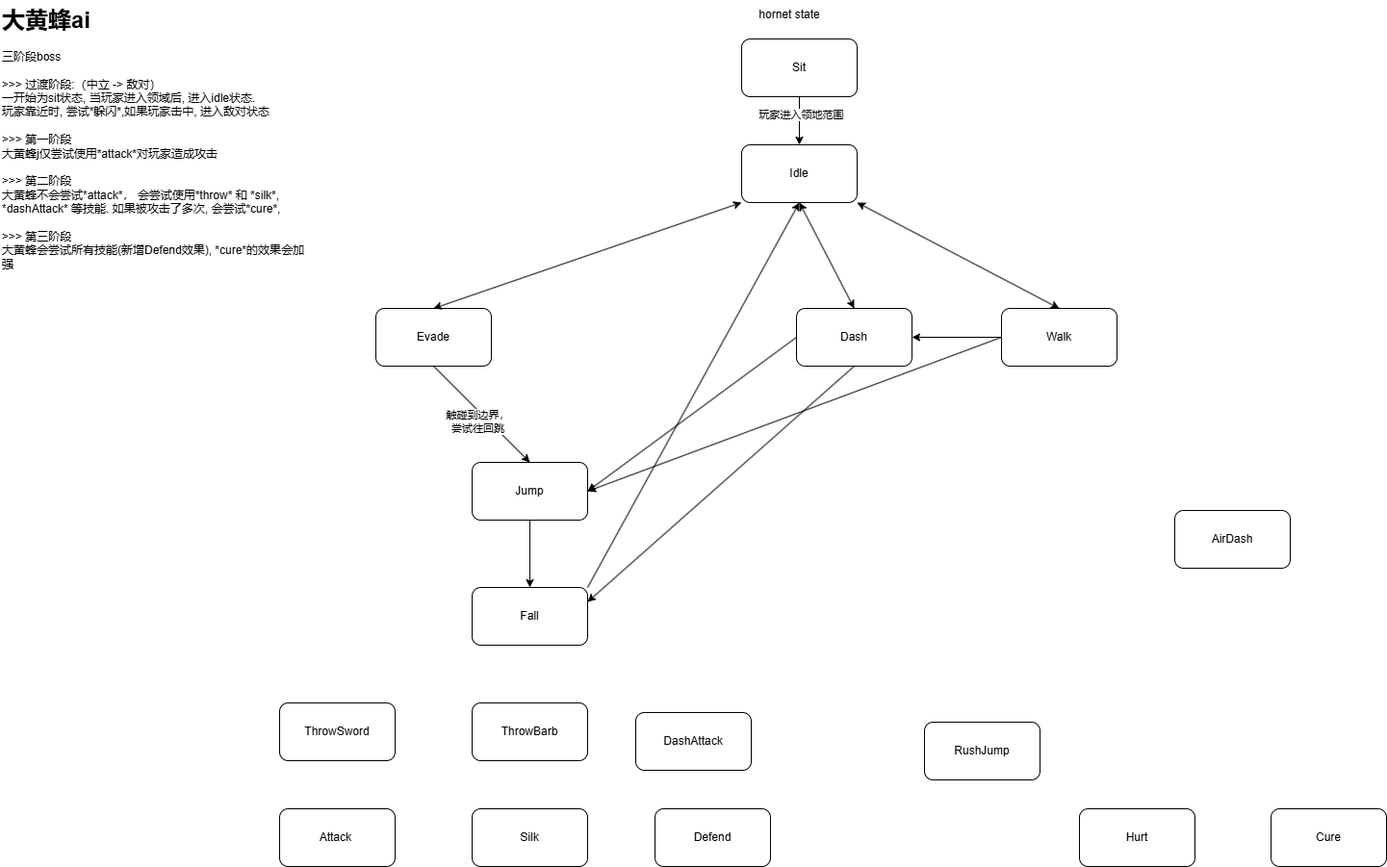
This is doc/images/hornetState.png from qihaichiaki/GameBase, a draw.io export, as it was before one commit. Source tidied: cells renumbered, new cells last; positions are measured from the earlier drawing's top-left corner, leaving out a move shared by most shapes.
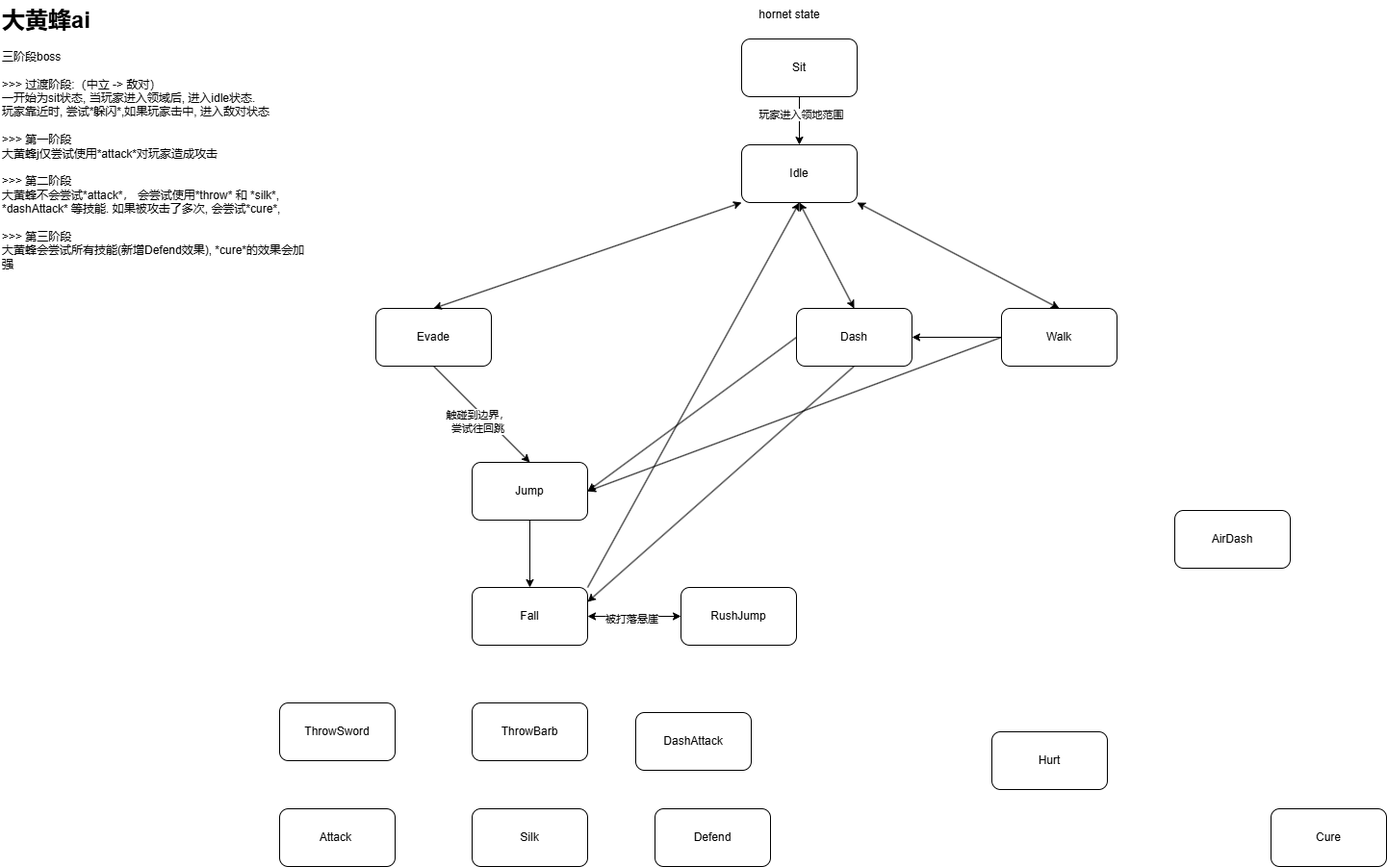
Above is the later version.

Change to the diagram source:
```diff
@@ -36,7 +36,7 @@
       <mxGeometry x="680" y="840" width="120" height="60" as="geometry" />
     </mxCell>
     <mxCell id="13" value="Hurt" style="rounded=1;whiteSpace=wrap;html=1;" parent="1" vertex="1">
-      <mxGeometry x="1121" y="840" width="120" height="60" as="geometry" />
+      <mxGeometry x="1030" y="760" width="120" height="60" as="geometry" />
     </mxCell>
     <mxCell id="14" value="Walk" style="rounded=1;whiteSpace=wrap;html=1;" parent="1" vertex="1">
       <mxGeometry x="1040" y="320" width="120" height="60" as="geometry" />
@@ -48,7 +48,7 @@
       <mxGeometry x="490" y="610" width="120" height="60" as="geometry" />
     </mxCell>
     <mxCell id="17" value="RushJ&lt;span style=&quot;background-color: transparent; color: light-dark(rgb(0, 0, 0), rgb(255, 255, 255));&quot;&gt;ump&lt;/span&gt;" style="rounded=1;whiteSpace=wrap;html=1;" parent="1" vertex="1">
-      <mxGeometry x="960" y="750" width="120" height="60" as="geometry" />
+      <mxGeometry x="707" y="610" width="120" height="60" as="geometry" />
     </mxCell>
     <mxCell id="18" value="Dash" style="rounded=1;whiteSpace=wrap;html=1;" parent="1" vertex="1">
       <mxGeometry x="827" y="320" width="120" height="60" as="geometry" />
@@ -100,5 +100,11 @@
     <mxCell id="33" style="endArrow=classic;html=1;rounded=0;exitX=0.5;exitY=1;exitDx=0;exitDy=0;entryX=1;entryY=0.25;entryDx=0;entryDy=0;" parent="1" edge="1" source="18" target="16">
       <mxGeometry relative="1" as="geometry" />
     </mxCell>
+    <mxCell id="34" style="endArrow=classic;startArrow=classic;html=1;rounded=0;exitX=0;exitY=0.5;exitDx=0;exitDy=0;entryX=1;entryY=0.5;entryDx=0;entryDy=0;" parent="1" edge="1" source="17" target="16">
+      <mxGeometry relative="1" as="geometry" />
+    </mxCell>
+    <mxCell id="35" value="被打落悬崖" style="edgeLabel;html=1;align=center;verticalAlign=middle;" parent="34" vertex="1">
+      <mxGeometry x="0.06" y="2" relative="1" as="geometry" />
+    </mxCell>
   </root>
 </mxGraphModel>
```
